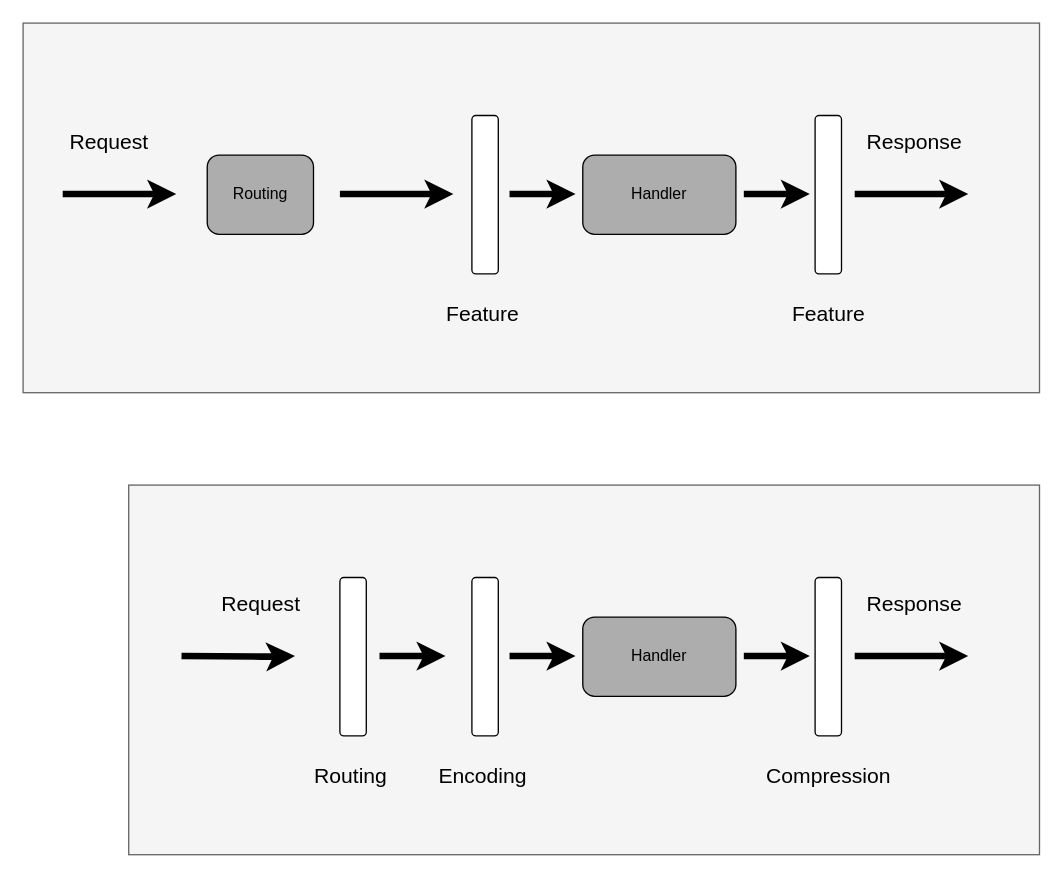
Above: page "Page-2" (2 of 3) of diagrams/App.drawio in ktorio/ktor-documentation (draw.io), before the change. Source tidied: cells renumbered, new cells numbered last; positions are measured from the earlier drawing's top-left corner, leaving out a move shared by most shapes. Both pictures are drawn from the tidied source at 132%, with x=0, y=0 at pixel (22, 22).
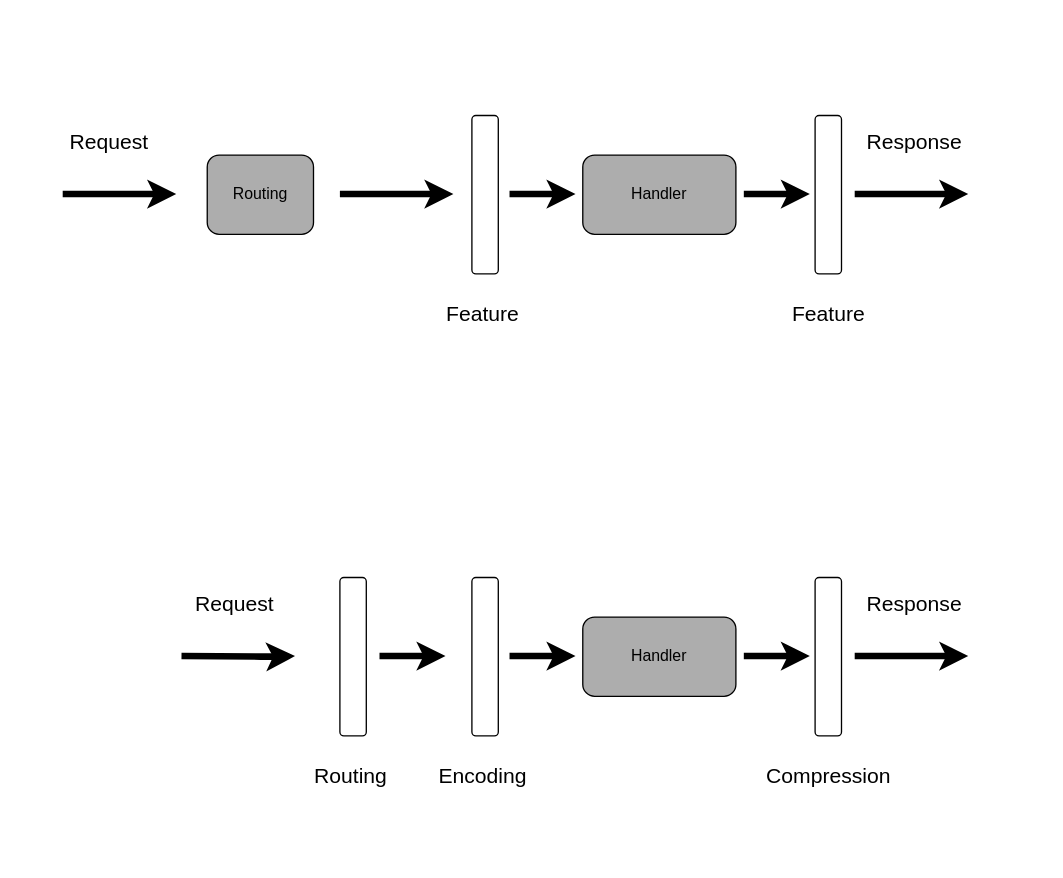
After the change.

The edit, as a diff of the source:
```diff
@@
-    <mxCell id="2" style="rounded=0;whiteSpace=wrap;html=1;fillColor=#f5f5f5;fontSize=12;align=left;strokeColor=#666666;fontColor=#333333;" parent="1" vertex="1">
-      <mxGeometry width="770" height="280" as="geometry" />
-    </mxCell>
@@
-    <mxCell id="18" style="rounded=0;whiteSpace=wrap;html=1;fillColor=#f5f5f5;fontSize=12;align=left;strokeColor=#666666;fontColor=#333333;" parent="1" vertex="1">
-      <mxGeometry x="80" y="350" width="690" height="280" as="geometry" />
-    </mxCell>
@@
     <mxCell id="22" value="Request" style="text;html=1;strokeColor=none;fillColor=none;align=center;verticalAlign=middle;whiteSpace=wrap;rounded=0;fontSize=16;" parent="1" vertex="1">
-      <mxGeometry x="139.5" y="430" width="80.5" height="20" as="geometry" />
+      <mxGeometry x="119.5" y="430" width="80.5" height="20" as="geometry" />
     </mxCell>
```
